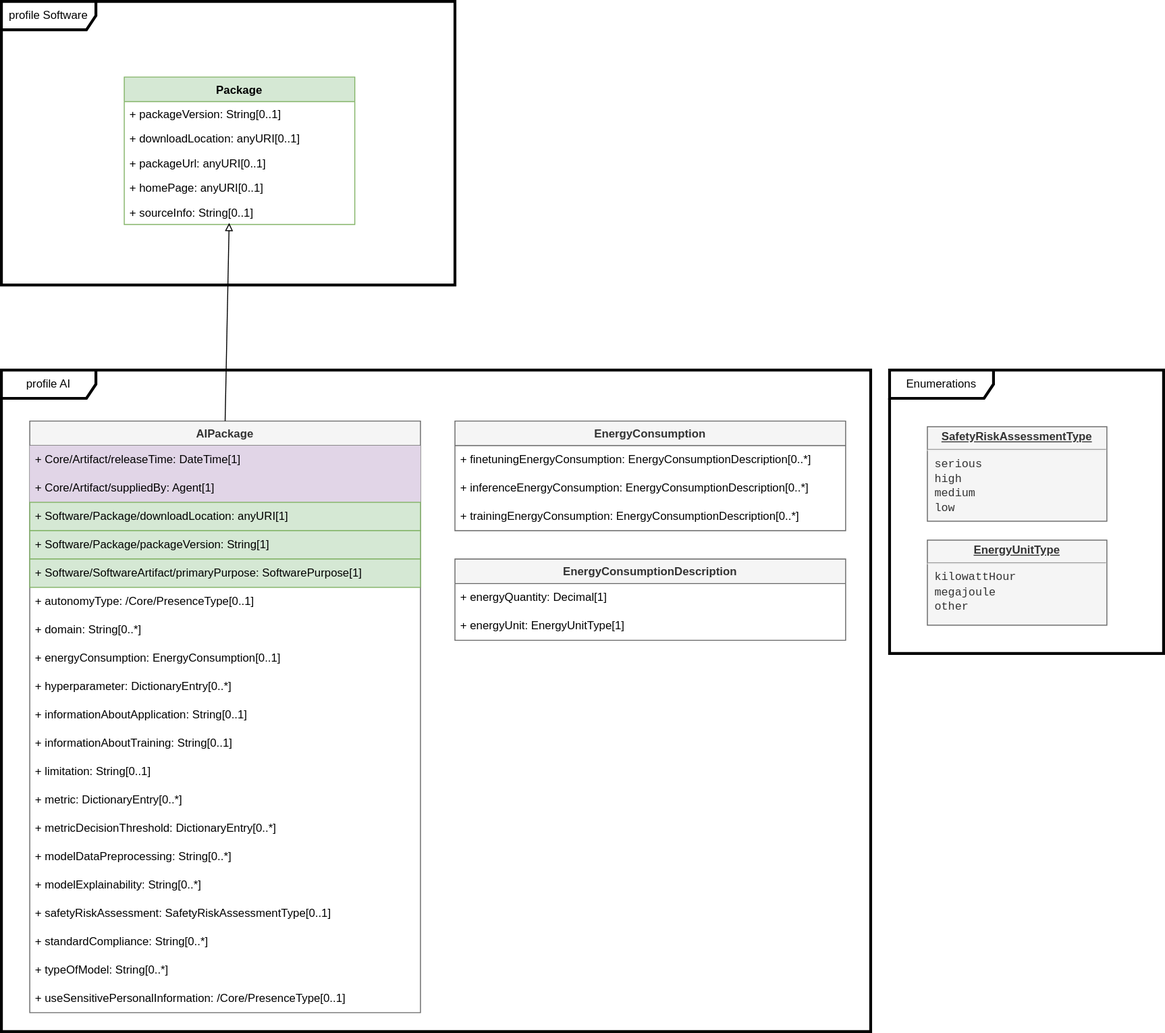
The draw.io diagram images/model-ai.svg in spdx/spdx-3-model, before a commit. Source tidied: cells renumbered, new cells last; positions are measured from the earlier drawing's top-left corner, leaving out a move shared by most shapes.
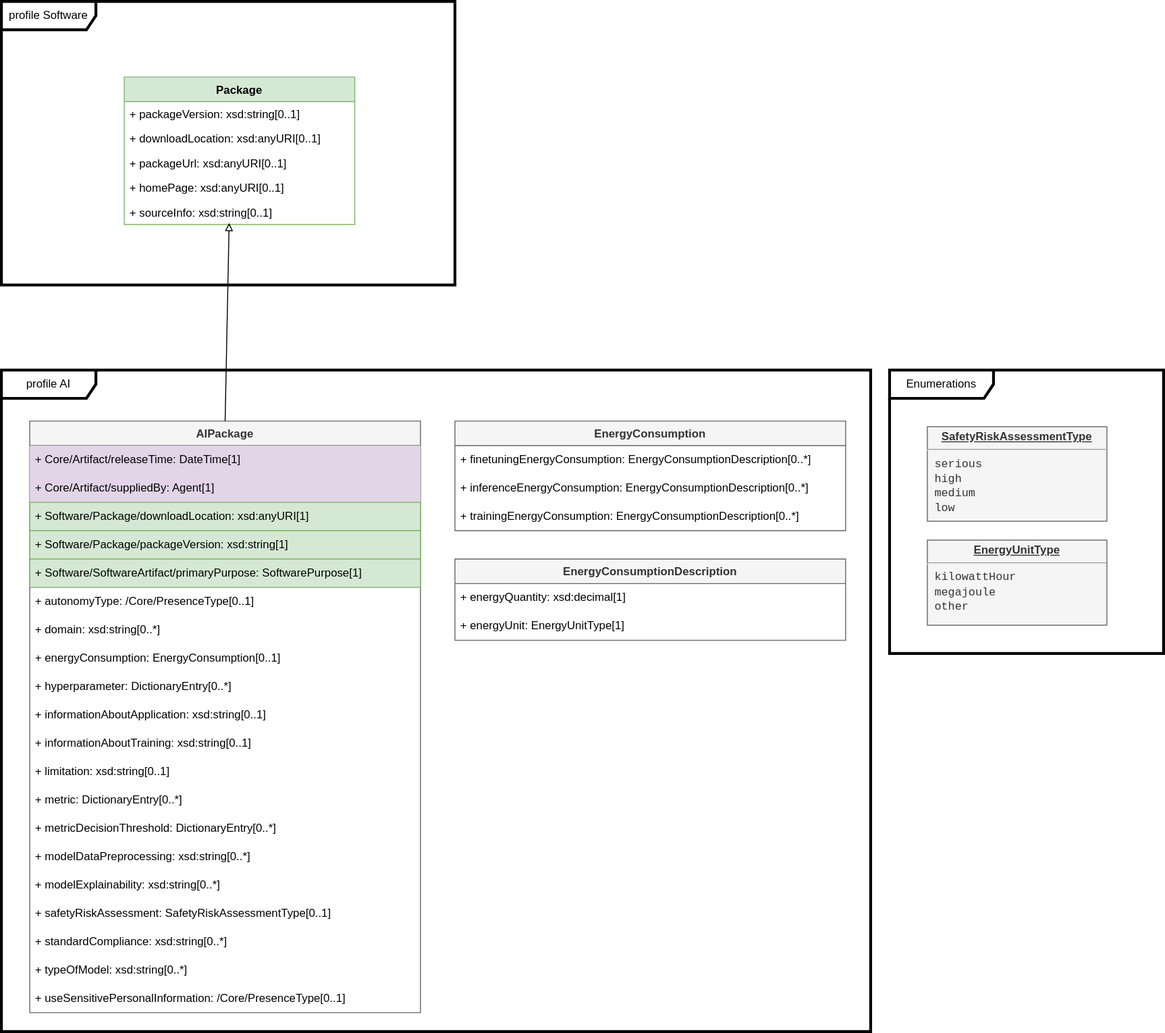
After the commit.

Change to the diagram source:
```diff
@@ -8,19 +8,19 @@
     <mxCell id="3" value="Package" style="swimlane;fontStyle=1;horizontal=1;startSize=26;fillColor=#d5e8d4;strokeColor=#82b366;" parent="1" vertex="1">
       <mxGeometry x="130" y="80" width="244" height="156" as="geometry" />
     </mxCell>
-    <mxCell id="4" value="+ packageVersion: String[0..1]" style="text;strokeColor=none;fillColor=none;align=left;verticalAlign=top;spacingLeft=4;spacingRight=4;overflow=hidden;" parent="3" vertex="1">
+    <mxCell id="4" value="+ packageVersion: xsd:string[0..1]" style="text;strokeColor=none;fillColor=none;align=left;verticalAlign=top;spacingLeft=4;spacingRight=4;overflow=hidden;" parent="3" vertex="1">
       <mxGeometry y="26" width="244" height="26" as="geometry" />
     </mxCell>
-    <mxCell id="5" value="+ downloadLocation: anyURI[0..1]" style="text;strokeColor=none;fillColor=none;align=left;verticalAlign=top;spacingLeft=4;spacingRight=4;overflow=hidden;" parent="3" vertex="1">
+    <mxCell id="5" value="+ downloadLocation: xsd:anyURI[0..1]" style="text;strokeColor=none;fillColor=none;align=left;verticalAlign=top;spacingLeft=4;spacingRight=4;overflow=hidden;" parent="3" vertex="1">
       <mxGeometry y="52" width="244" height="26" as="geometry" />
     </mxCell>
-    <mxCell id="6" value="+ packageUrl: anyURI[0..1]" style="text;strokeColor=none;fillColor=none;align=left;verticalAlign=top;spacingLeft=4;spacingRight=4;overflow=hidden;" parent="3" vertex="1">
+    <mxCell id="6" value="+ packageUrl: xsd:anyURI[0..1]" style="text;strokeColor=none;fillColor=none;align=left;verticalAlign=top;spacingLeft=4;spacingRight=4;overflow=hidden;" parent="3" vertex="1">
       <mxGeometry y="78" width="244" height="26" as="geometry" />
     </mxCell>
-    <mxCell id="7" value="+ homePage: anyURI[0..1]" style="text;strokeColor=none;fillColor=none;align=left;verticalAlign=top;spacingLeft=4;spacingRight=4;overflow=hidden;" parent="3" vertex="1">
+    <mxCell id="7" value="+ homePage: xsd:anyURI[0..1]" style="text;strokeColor=none;fillColor=none;align=left;verticalAlign=top;spacingLeft=4;spacingRight=4;overflow=hidden;" parent="3" vertex="1">
       <mxGeometry y="104" width="244" height="26" as="geometry" />
     </mxCell>
-    <mxCell id="8" value="+ sourceInfo: String[0..1]" style="text;strokeColor=none;fillColor=none;align=left;verticalAlign=top;spacingLeft=4;spacingRight=4;overflow=hidden;points=[[0,0.5],[1,0.5]];portConstraint=eastwest;" parent="3" vertex="1">
+    <mxCell id="8" value="+ sourceInfo: xsd:string[0..1]" style="text;strokeColor=none;fillColor=none;align=left;verticalAlign=top;spacingLeft=4;spacingRight=4;overflow=hidden;points=[[0,0.5],[1,0.5]];portConstraint=eastwest;" parent="3" vertex="1">
       <mxGeometry y="130" width="244" height="26" as="geometry" />
     </mxCell>
     <mxCell id="9" value="profile AI" style="shape=umlFrame;whiteSpace=wrap;html=1;width=100;height=30;strokeWidth=3;" parent="1" vertex="1">
@@ -35,10 +35,10 @@
     <mxCell id="12" value="+ Core/Artifact/suppliedBy: Agent[1]" style="text;strokeColor=none;fillColor=#E1D5E7;align=left;verticalAlign=middle;spacingLeft=4;spacingRight=4;overflow=hidden;whiteSpace=wrap;html=1;" parent="10" vertex="1">
       <mxGeometry y="56" width="413.5" height="30" as="geometry" />
     </mxCell>
-    <mxCell id="13" value="+ Software/Package/downloadLocation: anyURI[1]" style="text;strokeColor=#82b366;fillColor=#d5e8d4;align=left;verticalAlign=middle;spacingLeft=4;spacingRight=4;overflow=hidden;whiteSpace=wrap;html=1;" parent="10" vertex="1">
+    <mxCell id="13" value="+ Software/Package/downloadLocation: xsd:anyURI[1]" style="text;strokeColor=#82b366;fillColor=#d5e8d4;align=left;verticalAlign=middle;spacingLeft=4;spacingRight=4;overflow=hidden;whiteSpace=wrap;html=1;" parent="10" vertex="1">
       <mxGeometry y="86" width="413.5" height="30" as="geometry" />
     </mxCell>
-    <mxCell id="14" value="+ Software/Package/packageVersion: String[1]" style="text;strokeColor=#82b366;fillColor=#d5e8d4;align=left;verticalAlign=middle;spacingLeft=4;spacingRight=4;overflow=hidden;whiteSpace=wrap;html=1;" parent="10" vertex="1">
+    <mxCell id="14" value="+ Software/Package/packageVersion: xsd:string[1]" style="text;strokeColor=#82b366;fillColor=#d5e8d4;align=left;verticalAlign=middle;spacingLeft=4;spacingRight=4;overflow=hidden;whiteSpace=wrap;html=1;" parent="10" vertex="1">
       <mxGeometry y="116" width="413.5" height="30" as="geometry" />
     </mxCell>
     <mxCell id="15" value="+ Software/SoftwareArtifact/primaryPurpose: SoftwarePurpose[1]" style="text;strokeColor=#82b366;fillColor=#d5e8d4;align=left;verticalAlign=middle;spacingLeft=4;spacingRight=4;overflow=hidden;whiteSpace=wrap;html=1;" parent="10" vertex="1">
@@ -47,7 +47,7 @@
     <mxCell id="16" value="+ autonomyType: /Core/PresenceType[0..1]" style="text;strokeColor=none;fillColor=none;align=left;verticalAlign=middle;spacingLeft=4;spacingRight=4;overflow=hidden;whiteSpace=wrap;html=1;" parent="10" vertex="1">
       <mxGeometry y="176" width="413.5" height="30" as="geometry" />
     </mxCell>
-    <mxCell id="17" value="+ domain: String[0..*]" style="text;strokeColor=none;fillColor=none;align=left;verticalAlign=middle;spacingLeft=4;spacingRight=4;overflow=hidden;whiteSpace=wrap;html=1;" parent="10" vertex="1">
+    <mxCell id="17" value="+ domain: xsd:string[0..*]" style="text;strokeColor=none;fillColor=none;align=left;verticalAlign=middle;spacingLeft=4;spacingRight=4;overflow=hidden;whiteSpace=wrap;html=1;" parent="10" vertex="1">
       <mxGeometry y="206" width="413.5" height="30" as="geometry" />
     </mxCell>
     <mxCell id="18" value="+ energyConsumption: EnergyConsumption[0..1]" style="text;strokeColor=none;fillColor=none;align=left;verticalAlign=middle;spacingLeft=4;spacingRight=4;overflow=hidden;whiteSpace=wrap;html=1;" parent="10" vertex="1">
@@ -56,13 +56,13 @@
     <mxCell id="19" value="+ hyperparameter: DictionaryEntry[0..*]" style="text;strokeColor=none;fillColor=none;align=left;verticalAlign=middle;spacingLeft=4;spacingRight=4;overflow=hidden;whiteSpace=wrap;html=1;" parent="10" vertex="1">
       <mxGeometry y="266" width="413.5" height="30" as="geometry" />
     </mxCell>
-    <mxCell id="20" value="+ informationAboutApplication: String[0..1]" style="text;strokeColor=none;fillColor=none;align=left;verticalAlign=middle;spacingLeft=4;spacingRight=4;overflow=hidden;whiteSpace=wrap;html=1;" parent="10" vertex="1">
+    <mxCell id="20" value="+ informationAboutApplication: xsd:string[0..1]" style="text;strokeColor=none;fillColor=none;align=left;verticalAlign=middle;spacingLeft=4;spacingRight=4;overflow=hidden;whiteSpace=wrap;html=1;" parent="10" vertex="1">
       <mxGeometry y="296" width="413.5" height="30" as="geometry" />
     </mxCell>
-    <mxCell id="21" value="+ informationAboutTraining: String[0..1]" style="text;strokeColor=none;fillColor=none;align=left;verticalAlign=middle;spacingLeft=4;spacingRight=4;overflow=hidden;whiteSpace=wrap;html=1;" parent="10" vertex="1">
+    <mxCell id="21" value="+ informationAboutTraining: xsd:string[0..1]" style="text;strokeColor=none;fillColor=none;align=left;verticalAlign=middle;spacingLeft=4;spacingRight=4;overflow=hidden;whiteSpace=wrap;html=1;" parent="10" vertex="1">
       <mxGeometry y="326" width="413.5" height="30" as="geometry" />
     </mxCell>
-    <mxCell id="22" value="+ limitation: String[0..1]" style="text;strokeColor=none;fillColor=none;align=left;verticalAlign=middle;spacingLeft=4;spacingRight=4;overflow=hidden;whiteSpace=wrap;html=1;" parent="10" vertex="1">
+    <mxCell id="22" value="+ limitation: xsd:string[0..1]" style="text;strokeColor=none;fillColor=none;align=left;verticalAlign=middle;spacingLeft=4;spacingRight=4;overflow=hidden;whiteSpace=wrap;html=1;" parent="10" vertex="1">
       <mxGeometry y="356" width="413.5" height="30" as="geometry" />
     </mxCell>
     <mxCell id="23" value="+ metric: DictionaryEntry[0..*]" style="text;strokeColor=none;fillColor=none;align=left;verticalAlign=middle;spacingLeft=4;spacingRight=4;overflow=hidden;whiteSpace=wrap;html=1;" parent="10" vertex="1">
@@ -71,19 +71,19 @@
     <mxCell id="24" value="+ metricDecisionThreshold: DictionaryEntry[0..*]" style="text;strokeColor=none;fillColor=none;align=left;verticalAlign=middle;spacingLeft=4;spacingRight=4;overflow=hidden;whiteSpace=wrap;html=1;" parent="10" vertex="1">
       <mxGeometry y="416" width="413.5" height="30" as="geometry" />
     </mxCell>
-    <mxCell id="25" value="+ modelDataPreprocessing: String[0..*]" style="text;strokeColor=none;fillColor=none;align=left;verticalAlign=middle;spacingLeft=4;spacingRight=4;overflow=hidden;whiteSpace=wrap;html=1;" parent="10" vertex="1">
+    <mxCell id="25" value="+ modelDataPreprocessing: xsd:string[0..*]" style="text;strokeColor=none;fillColor=none;align=left;verticalAlign=middle;spacingLeft=4;spacingRight=4;overflow=hidden;whiteSpace=wrap;html=1;" parent="10" vertex="1">
       <mxGeometry y="446" width="413.5" height="30" as="geometry" />
     </mxCell>
-    <mxCell id="26" value="+ modelExplainability: String[0..*]" style="text;strokeColor=none;fillColor=none;align=left;verticalAlign=middle;spacingLeft=4;spacingRight=4;overflow=hidden;whiteSpace=wrap;html=1;" parent="10" vertex="1">
+    <mxCell id="26" value="+ modelExplainability: xsd:string[0..*]" style="text;strokeColor=none;fillColor=none;align=left;verticalAlign=middle;spacingLeft=4;spacingRight=4;overflow=hidden;whiteSpace=wrap;html=1;" parent="10" vertex="1">
       <mxGeometry y="476" width="413.5" height="30" as="geometry" />
     </mxCell>
     <mxCell id="27" value="+ safetyRiskAssessment: SafetyRiskAssessmentType[0..1]" style="text;strokeColor=none;fillColor=none;align=left;verticalAlign=middle;spacingLeft=4;spacingRight=4;overflow=hidden;whiteSpace=wrap;html=1;" parent="10" vertex="1">
       <mxGeometry y="506" width="413.5" height="30" as="geometry" />
     </mxCell>
-    <mxCell id="28" value="+ standardCompliance: String[0..*]" style="text;strokeColor=none;fillColor=none;align=left;verticalAlign=middle;spacingLeft=4;spacingRight=4;overflow=hidden;whiteSpace=wrap;html=1;" parent="10" vertex="1">
+    <mxCell id="28" value="+ standardCompliance: xsd:string[0..*]" style="text;strokeColor=none;fillColor=none;align=left;verticalAlign=middle;spacingLeft=4;spacingRight=4;overflow=hidden;whiteSpace=wrap;html=1;" parent="10" vertex="1">
       <mxGeometry y="536" width="413.5" height="30" as="geometry" />
     </mxCell>
-    <mxCell id="29" value="+ typeOfModel: String[0..*]" style="text;strokeColor=none;fillColor=none;align=left;verticalAlign=middle;spacingLeft=4;spacingRight=4;overflow=hidden;whiteSpace=wrap;html=1;" parent="10" vertex="1">
+    <mxCell id="29" value="+ typeOfModel: xsd:string[0..*]" style="text;strokeColor=none;fillColor=none;align=left;verticalAlign=middle;spacingLeft=4;spacingRight=4;overflow=hidden;whiteSpace=wrap;html=1;" parent="10" vertex="1">
       <mxGeometry y="566" width="413.5" height="30" as="geometry" />
     </mxCell>
     <mxCell id="30" value="+ useSensitivePersonalInformation: /Core/PresenceType[0..1]" style="text;strokeColor=none;fillColor=none;align=left;verticalAlign=middle;spacingLeft=4;spacingRight=4;overflow=hidden;whiteSpace=wrap;html=1;" parent="10" vertex="1">
@@ -113,7 +113,7 @@
     <mxCell id="38" value="EnergyConsumptionDescription" style="swimlane;fontStyle=1;horizontal=1;startSize=26;fillColor=#f5f5f5;strokeColor=#666666;fontColor=#333333;" parent="1" vertex="1">
       <mxGeometry x="480" y="590" width="413.5" height="86" as="geometry" />
     </mxCell>
-    <mxCell id="39" value="+ energyQuantity: Decimal[1]" style="text;strokeColor=none;fillColor=none;align=left;verticalAlign=middle;spacingLeft=4;spacingRight=4;overflow=hidden;whiteSpace=wrap;html=1;" parent="38" vertex="1">
+    <mxCell id="39" value="+ energyQuantity: xsd:decimal[1]" style="text;strokeColor=none;fillColor=none;align=left;verticalAlign=middle;spacingLeft=4;spacingRight=4;overflow=hidden;whiteSpace=wrap;html=1;" parent="38" vertex="1">
       <mxGeometry y="26" width="413.5" height="30" as="geometry" />
     </mxCell>
     <mxCell id="40" value="+ energyUnit: EnergyUnitType[1]" style="text;strokeColor=none;fillColor=none;align=left;verticalAlign=middle;spacingLeft=4;spacingRight=4;overflow=hidden;whiteSpace=wrap;html=1;" parent="38" vertex="1">
```
